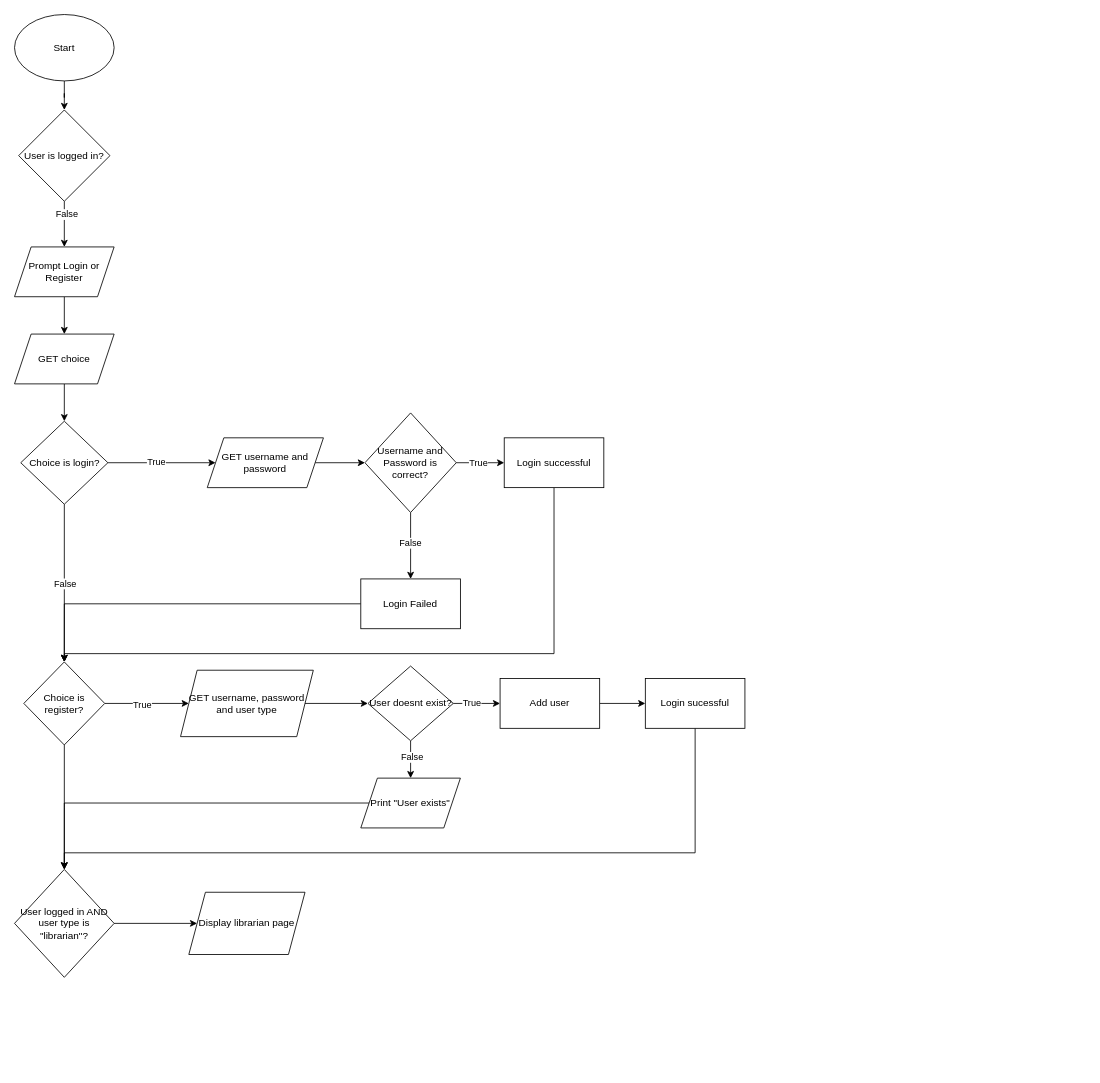
The draw.io diagram OOPROG/JAVA_SLMS/SLMS.drawio in skaarfundgandr/ACTIVITIES_AND_PROJECTS, before the edit. Source tidied: cells renumbered, new cells numbered last; positions are measured from the earlier drawing's top-left corner, leaving out a move shared by most shapes. Both pictures are drawn from the tidied source at 83%, with x=0, y=0 at pixel (14, 14).
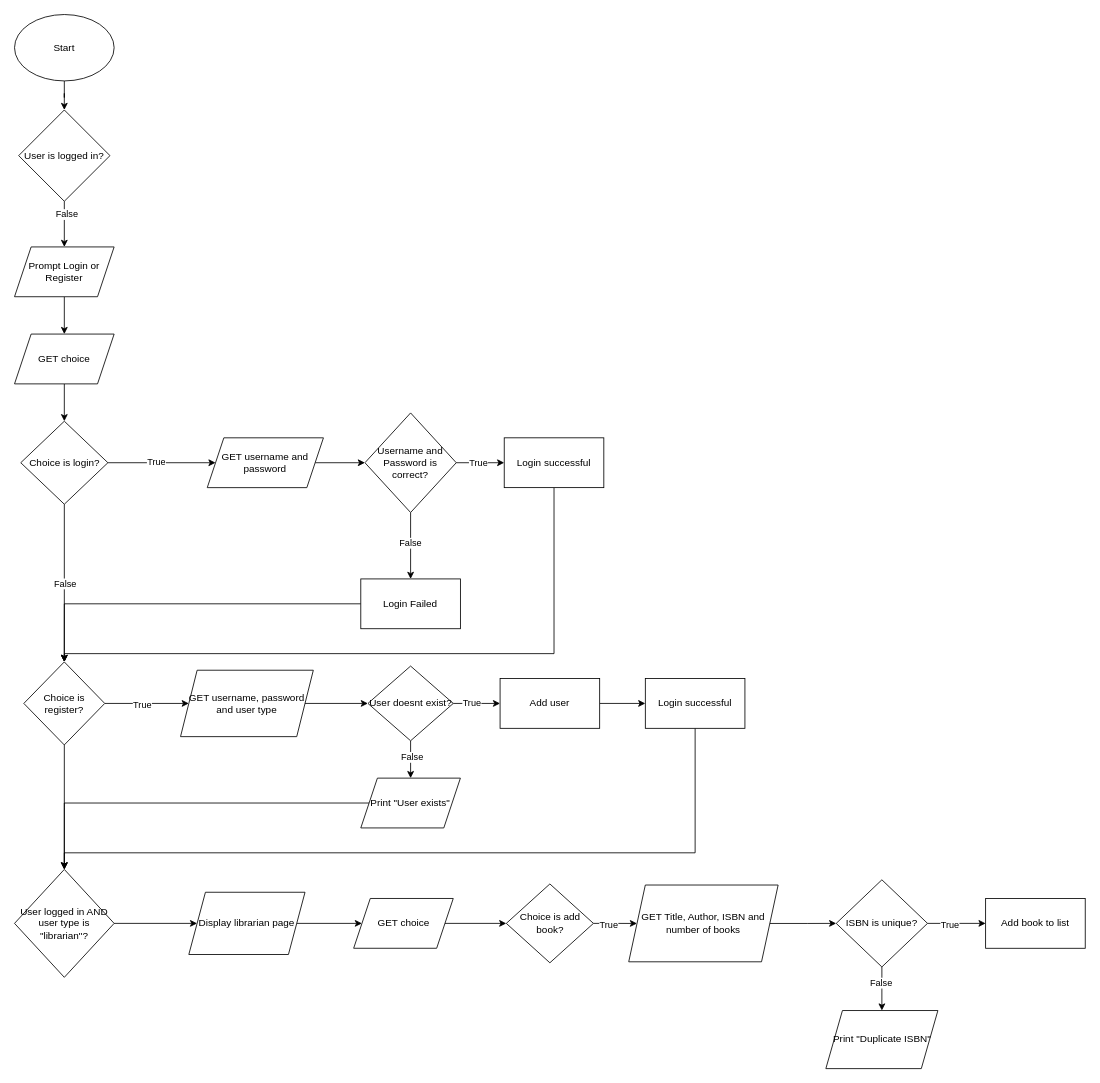
The same diagram, later.

The change refers to these unchanged cells:
```xml
<mxCell id="46" value="Display librarian page" style="shape=parallelogram;perimeter=parallelogramPerimeter;whiteSpace=wrap;html=1;fixedSize=1;" parent="1" vertex="1">
  <mxGeometry x="210" y="1057.5" width="140" height="75" as="geometry" />
</mxCell>
```

What changed in the source:
```diff
@@
-    <mxCell id="41" value="Login sucessful" style="rounded=0;whiteSpace=wrap;html=1;" parent="1" vertex="1">
+    <mxCell id="41" value="Login successful" style="rounded=0;whiteSpace=wrap;html=1;" parent="1" vertex="1">
       <mxGeometry x="760" y="800" width="120" height="60" as="geometry" />
     </mxCell>
@@
+    <mxCell id="47" style="edgeStyle=orthogonalEdgeStyle;rounded=0;jettySize=auto;html=1;" parent="1" edge="1" source="46" target="49">
+      <mxGeometry relative="1" as="geometry" />
+    </mxCell>
@@
+    <mxCell id="48" style="edgeStyle=orthogonalEdgeStyle;rounded=0;jettySize=auto;html=1;" parent="1" edge="1" source="49" target="52">
+      <mxGeometry relative="1" as="geometry" />
+    </mxCell>
+    <mxCell id="49" value="GET choice" style="shape=parallelogram;perimeter=parallelogramPerimeter;whiteSpace=wrap;html=1;fixedSize=1;" parent="1" vertex="1">
+      <mxGeometry x="408.6" y="1065" width="120" height="60" as="geometry" />
+    </mxCell>
+    <mxCell id="50" style="edgeStyle=orthogonalEdgeStyle;rounded=0;jettySize=auto;html=1;" parent="1" edge="1" source="52" target="54">
+      <mxGeometry relative="1" as="geometry" />
+    </mxCell>
+    <mxCell id="51" value="True" style="edgeLabel;html=1;align=center;verticalAlign=middle;" parent="50" vertex="1">
+      <mxGeometry x="-0.19" y="-1" relative="1" as="geometry">
+        <mxPoint x="-3" as="offset" />
+      </mxGeometry>
+    </mxCell>
+    <mxCell id="52" value="Choice is add book?" style="rhombus;whiteSpace=wrap;html=1;" parent="1" vertex="1">
+      <mxGeometry x="592.5" y="1047.5" width="105" height="95" as="geometry" />
+    </mxCell>
+    <mxCell id="53" style="edgeStyle=orthogonalEdgeStyle;rounded=0;jettySize=auto;html=1;" parent="1" edge="1" source="54" target="59">
+      <mxGeometry relative="1" as="geometry" />
+    </mxCell>
+    <mxCell id="54" value="GET Title, Author, ISBN and number of books" style="shape=parallelogram;perimeter=parallelogramPerimeter;whiteSpace=wrap;html=1;fixedSize=1;" parent="1" vertex="1">
+      <mxGeometry x="740" y="1048.8" width="180" height="92.5" as="geometry" />
+    </mxCell>
+    <mxCell id="55" style="edgeStyle=orthogonalEdgeStyle;rounded=0;jettySize=auto;html=1;" parent="1" edge="1" source="59" target="60">
+      <mxGeometry relative="1" as="geometry" />
+    </mxCell>
+    <mxCell id="56" value="True" style="edgeLabel;html=1;align=center;verticalAlign=middle;" parent="55" vertex="1">
+      <mxGeometry x="-0.26" y="-1" relative="1" as="geometry" />
+    </mxCell>
+    <mxCell id="57" style="edgeStyle=orthogonalEdgeStyle;rounded=0;jettySize=auto;html=1;" parent="1" edge="1" source="59" target="61">
+      <mxGeometry relative="1" as="geometry" />
+    </mxCell>
+    <mxCell id="58" value="False" style="edgeLabel;html=1;align=center;verticalAlign=middle;" parent="57" vertex="1">
+      <mxGeometry x="-0.26" y="-2" relative="1" as="geometry" />
+    </mxCell>
+    <mxCell id="59" value="ISBN is unique?" style="rhombus;whiteSpace=wrap;html=1;" parent="1" vertex="1">
+      <mxGeometry x="990" y="1042.5" width="110" height="105" as="geometry" />
+    </mxCell>
+    <mxCell id="60" value="Add book to list" style="rounded=0;whiteSpace=wrap;html=1;" parent="1" vertex="1">
+      <mxGeometry x="1170" y="1065" width="120" height="60" as="geometry" />
+    </mxCell>
+    <mxCell id="61" value="Print &quot;Duplicate ISBN&quot;" style="shape=parallelogram;perimeter=parallelogramPerimeter;whiteSpace=wrap;html=1;fixedSize=1;" parent="1" vertex="1">
+      <mxGeometry x="977.5" y="1200" width="135" height="70" as="geometry" />
+    </mxCell>
```
